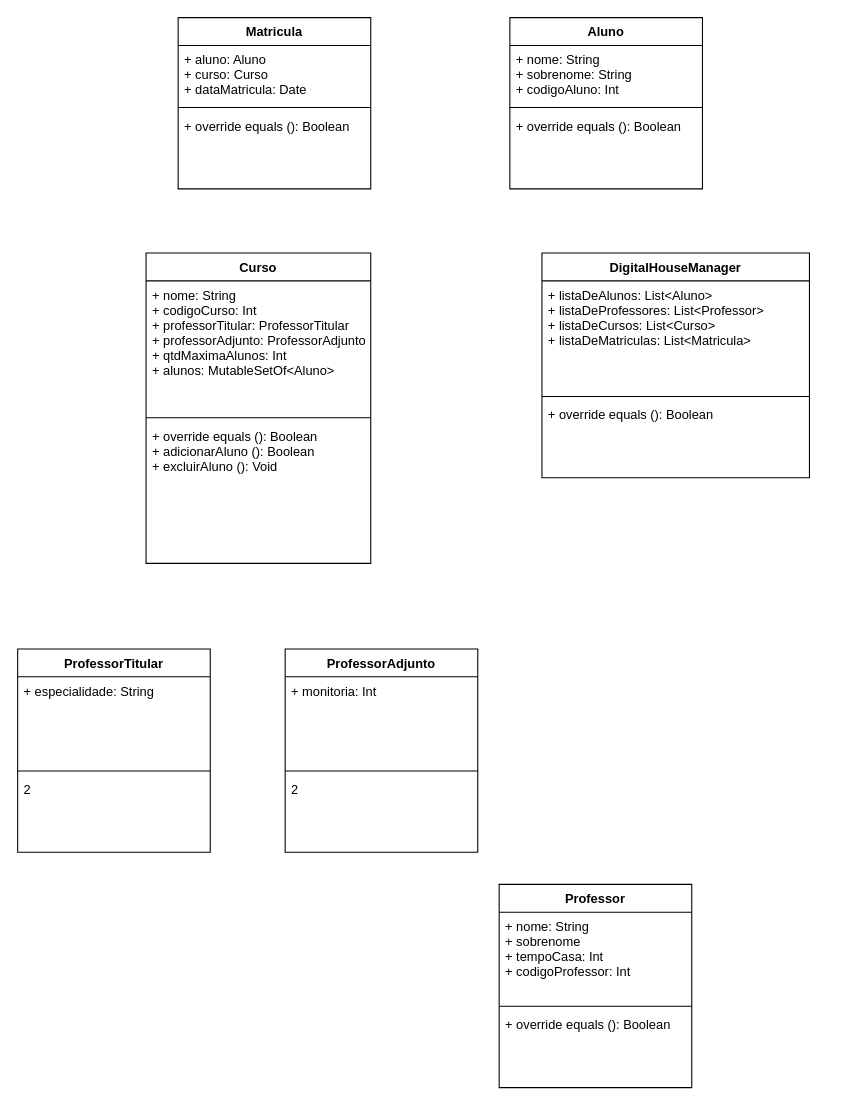
This is UMLDesafio.drawio from MiguelFazzanaro/Desafio2509, a draw.io file, before an edit. Source tidied: cells renumbered, new cells numbered last; positions are measured from the earlier drawing's top-left corner, leaving out a move shared by most shapes. Both pictures are drawn from the tidied source at 107%, with x=0, y=0 at pixel (17, 17).
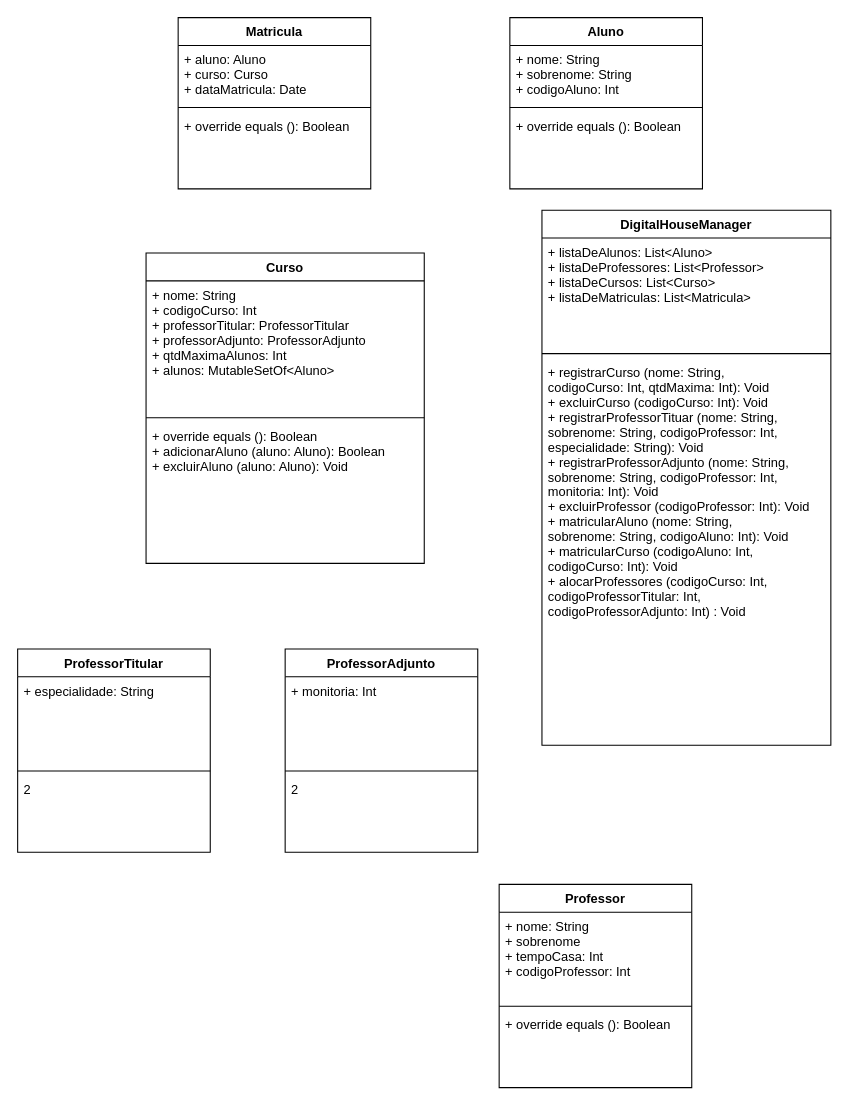
The same diagram, later.

Commit message (it also covers changes not shown here):
Feito ate a parte J o UML e parte do codigo

What changed in the source:
```diff
@@
     <mxCell id="10" value="Curso" style="swimlane;fontStyle=1;align=center;verticalAlign=top;horizontal=1;startSize=26;" parent="1" vertex="1">
-      <mxGeometry x="120" y="220" width="210" height="290" as="geometry" />
+      <mxGeometry x="120" y="220" width="260" height="290" as="geometry" />
     </mxCell>
     <mxCell id="11" value="+ nome: String&#10;+ codigoCurso: Int&#10;+ professorTitular: ProfessorTitular&#10;+ professorAdjunto: ProfessorAdjunto&#10;+ qtdMaximaAlunos: Int&#10;+ alunos: MutableSetOf&lt;Aluno&gt;&#10;" style="text;strokeColor=none;fillColor=none;align=left;verticalAlign=top;spacingLeft=4;spacingRight=4;overflow=hidden;" parent="10" vertex="1">
-      <mxGeometry y="26" width="210" height="124" as="geometry" />
+      <mxGeometry y="26" width="260" height="124" as="geometry" />
     </mxCell>
     <mxCell id="12" style="line;strokeWidth=1;fillColor=none;align=left;verticalAlign=middle;spacingTop=-1;spacingLeft=3;spacingRight=3;labelPosition=right;" parent="10" vertex="1">
-      <mxGeometry y="150" width="210" height="8" as="geometry" />
+      <mxGeometry y="150" width="260" height="8" as="geometry" />
     </mxCell>
-    <mxCell id="13" value="+ override equals (): Boolean&#10;+ adicionarAluno (): Boolean&#10;+ excluirAluno (): Void" style="text;strokeColor=none;fillColor=none;align=left;verticalAlign=top;spacingLeft=4;spacingRight=4;overflow=hidden;" parent="10" vertex="1">
-      <mxGeometry y="158" width="210" height="132" as="geometry" />
+    <mxCell id="13" value="+ override equals (): Boolean&#10;+ adicionarAluno (aluno: Aluno): Boolean&#10;+ excluirAluno (aluno: Aluno): Void" style="text;strokeColor=none;fillColor=none;align=left;verticalAlign=top;spacingLeft=4;spacingRight=4;overflow=hidden;" parent="10" vertex="1">
+      <mxGeometry y="158" width="260" height="132" as="geometry" />
     </mxCell>
     <mxCell id="14" value="DigitalHouseManager" style="swimlane;fontStyle=1;align=center;verticalAlign=top;horizontal=1;startSize=26;" parent="1" vertex="1">
-      <mxGeometry x="490" y="220" width="250" height="210" as="geometry" />
+      <mxGeometry x="490" y="180" width="270" height="500" as="geometry" />
     </mxCell>
     <mxCell id="15" value="+ listaDeAlunos: List&lt;Aluno&gt;&#10;+ listaDeProfessores: List&lt;Professor&gt;&#10;+ listaDeCursos: List&lt;Curso&gt;&#10;+ listaDeMatriculas: List&lt;Matricula&gt;" style="text;strokeColor=none;fillColor=none;align=left;verticalAlign=top;spacingLeft=4;spacingRight=4;overflow=hidden;" parent="14" vertex="1">
-      <mxGeometry y="26" width="250" height="104" as="geometry" />
+      <mxGeometry y="26" width="270" height="104" as="geometry" />
     </mxCell>
     <mxCell id="16" style="line;strokeWidth=1;fillColor=none;align=left;verticalAlign=middle;spacingTop=-1;spacingLeft=3;spacingRight=3;labelPosition=right;" parent="14" vertex="1">
-      <mxGeometry y="130" width="250" height="8" as="geometry" />
+      <mxGeometry y="130" width="270" height="8" as="geometry" />
     </mxCell>
-    <mxCell id="17" value="+ override equals (): Boolean" style="text;strokeColor=none;fillColor=none;align=left;verticalAlign=top;spacingLeft=4;spacingRight=4;overflow=hidden;" parent="14" vertex="1">
-      <mxGeometry y="138" width="250" height="72" as="geometry" />
+    <mxCell id="17" value="+ registrarCurso (nome: String, &#10;codigoCurso: Int, qtdMaxima: Int): Void&#10;+ excluirCurso (codigoCurso: Int): Void&#10;+ registrarProfessorTituar (nome: String, &#10;sobrenome: String, codigoProfessor: Int, &#10;especialidade: String): Void&#10;+ registrarProfessorAdjunto (nome: String, &#10;sobrenome: String, codigoProfessor: Int, &#10;monitoria: Int): Void&#10;+ excluirProfessor (codigoProfessor: Int): Void&#10;+ matricularAluno (nome: String, &#10;sobrenome: String, codigoAluno: Int): Void&#10;+ matricularCurso (codigoAluno: Int, &#10;codigoCurso: Int): Void&#10;+ alocarProfessores (codigoCurso: Int,&#10;codigoProfessorTitular: Int, &#10;codigoProfessorAdjunto: Int) : Void&#10;&#10;" style="text;strokeColor=none;fillColor=none;align=left;verticalAlign=top;spacingLeft=4;spacingRight=4;overflow=hidden;" parent="14" vertex="1">
+      <mxGeometry y="138" width="270" height="362" as="geometry" />
     </mxCell>
```
